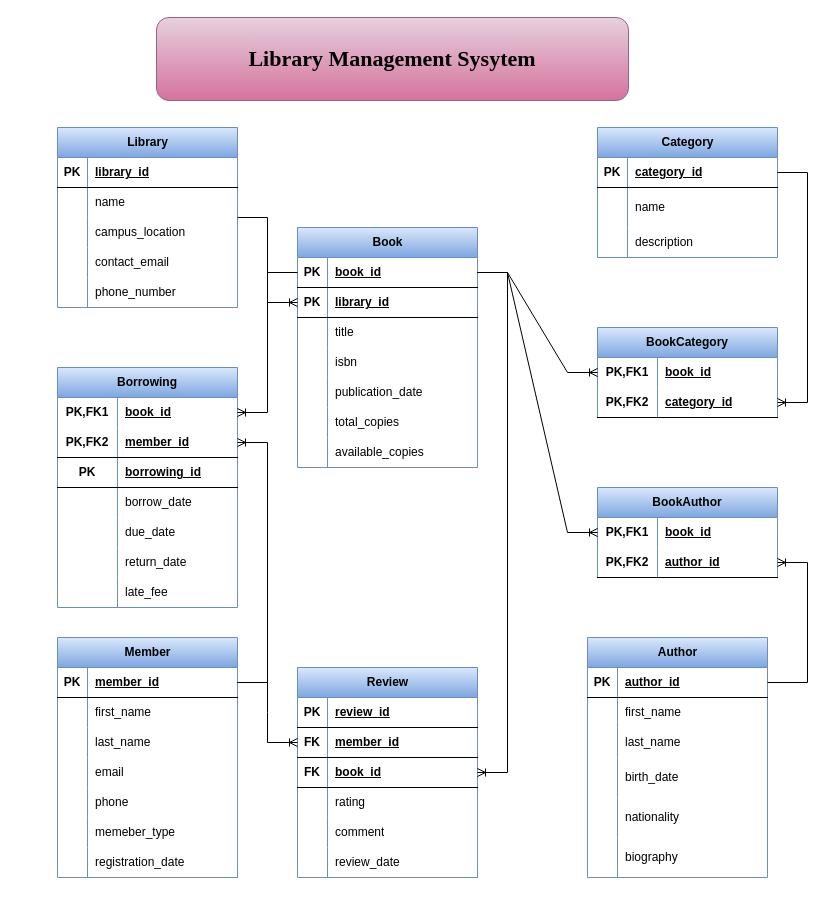
Sheikhsy/Library-Management-System keeps this draw.io diagram as phase1-sql/ERD.drawio.xml. Above is the earlier version. Source tidied: cells renumbered, new cells numbered last; positions are measured from the earlier drawing's top-left corner, leaving out a move shared by most shapes. Both pictures are drawn from the tidied source at 100%, with x=0, y=0 at pixel (-133, 17).
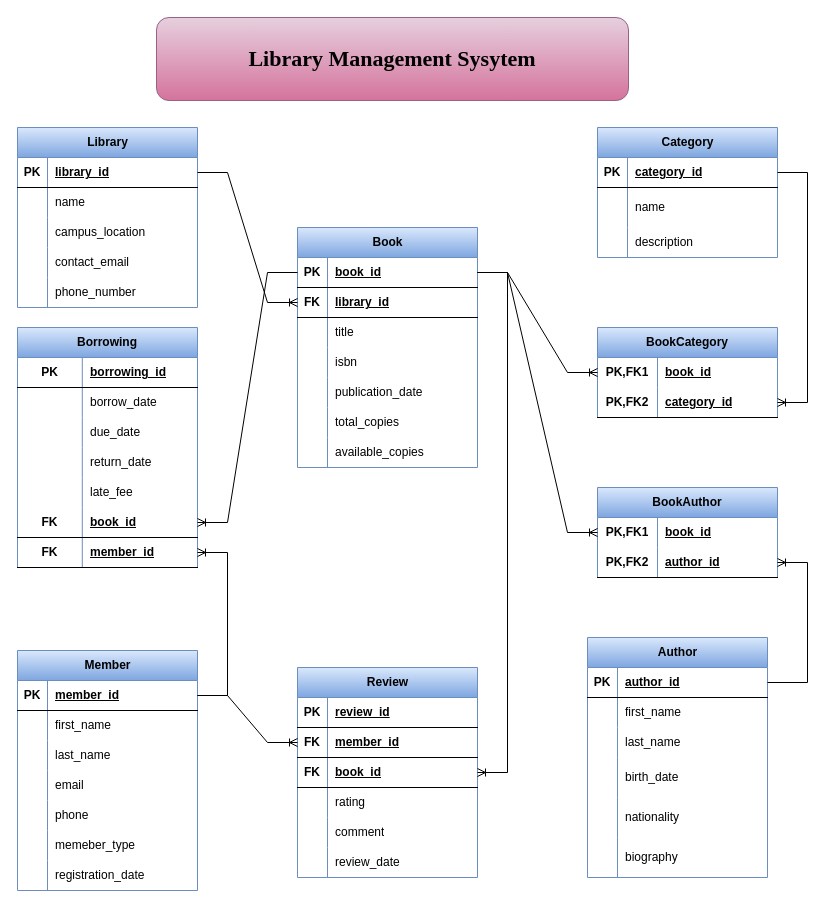
The same diagram, later.

Commit message:
XML file for further Modification

The change refers to these unchanged cells:
```xml
<mxCell id="3" style="shape=tableRow;horizontal=0;startSize=0;swimlaneHead=0;swimlaneBody=0;fillColor=none;points=[[0,0.5],[1,0.5]];portConstraint=eastwest;top=0;left=0;right=0;bottom=1;" parent="2" vertex="1">
  <mxGeometry y="30" width="180" height="30" as="geometry" />
</mxCell>
<mxCell id="6" style="shape=tableRow;horizontal=0;startSize=0;swimlaneHead=0;swimlaneBody=0;fillColor=none;points=[[0,0.5],[1,0.5]];portConstraint=eastwest;top=0;left=0;right=0;bottom=1;" parent="2" vertex="1">
  <mxGeometry y="60" width="180" height="30" as="geometry" />
</mxCell>
<mxCell id="25" style="shape=tableRow;horizontal=0;startSize=0;swimlaneHead=0;swimlaneBody=0;fillColor=none;points=[[0,0.5],[1,0.5]];portConstraint=eastwest;top=0;left=0;right=0;bottom=1;" parent="24" vertex="1">
  <mxGeometry y="30" width="180" height="30" as="geometry" />
</mxCell>
<mxCell id="66" style="shape=tableRow;horizontal=0;startSize=0;swimlaneHead=0;swimlaneBody=0;fillColor=none;points=[[0,0.5],[1,0.5]];portConstraint=eastwest;top=0;left=0;right=0;bottom=1;" parent="65" vertex="1">
  <mxGeometry y="30" width="180" height="30" as="geometry" />
</mxCell>
```

The edit, as a diff of the source:
```diff
@@
-    <mxCell id="7" value="PK" style="shape=partialRectangle;fillColor=none;top=0;left=0;bottom=0;right=0;fontStyle=1;overflow=hidden;whiteSpace=wrap;html=1;" parent="6" vertex="1">
+    <mxCell id="7" value="FK" style="shape=partialRectangle;fillColor=none;top=0;left=0;bottom=0;right=0;fontStyle=1;overflow=hidden;whiteSpace=wrap;html=1;" parent="6" vertex="1">
       <mxGeometry width="30" height="30" as="geometry" />
     </mxCell>
@@
     <mxCell id="24" value="Member" style="shape=table;startSize=30;childLayout=tableLayout;rowLines=0;fontStyle=1;align=center;html=1;fillColor=#dae8fc;gradientColor=#7ea6e0;strokeColor=#6c8ebf;" parent="1" vertex="1">
-      <mxGeometry x="190" y="620" width="180" height="240" as="geometry" />
+      <mxGeometry x="150" y="633" width="180" height="240" as="geometry" />
     </mxCell>
@@
     <mxCell id="65" value="Library" style="shape=table;startSize=30;childLayout=tableLayout;rowLines=0;fontStyle=1;align=center;html=1;fillColor=#dae8fc;strokeColor=#6c8ebf;gradientColor=#7ea6e0;" parent="1" vertex="1">
-      <mxGeometry x="190" y="110" width="180" height="180" as="geometry" />
+      <mxGeometry x="150" y="110" width="180" height="180" as="geometry" />
     </mxCell>
@@
-    <mxCell id="81" style="edgeStyle=entityRelationEdgeStyle;fontSize=12;html=1;endArrow=ERoneToMany;rounded=0;entryX=0;entryY=0.5;entryDx=0;entryDy=0;" parent="1" edge="1" source="65" target="6">
+    <mxCell id="81" style="edgeStyle=entityRelationEdgeStyle;fontSize=12;html=1;endArrow=ERoneToMany;rounded=0;entryX=0;entryY=0.5;entryDx=0;entryDy=0;exitX=1;exitY=0.5;exitDx=0;exitDy=0;" parent="1" edge="1" source="66" target="6">
       <mxGeometry relative="1" as="geometry">
         <Array as="points">
           <mxPoint x="250" y="350" />
           <mxPoint x="240" y="350" />
           <mxPoint x="440" y="340" />
           <mxPoint x="230" y="310" />
           <mxPoint x="240" y="290" />
           <mxPoint x="160" y="360" />
           <mxPoint x="250" y="426" />
           <mxPoint x="270" y="410" />
           <mxPoint y="400" />
           <mxPoint x="260" y="370" />
           <mxPoint x="210" y="380" />
           <mxPoint x="240" y="370" />
           <mxPoint x="230" y="360" />
         </Array>
       </mxGeometry>
     </mxCell>
@@
     <mxCell id="92" value="Borrowing" style="shape=table;startSize=30;childLayout=tableLayout;rowLines=0;fontStyle=1;align=center;html=1;whiteSpace=wrap;fillColor=#dae8fc;gradientColor=#7ea6e0;strokeColor=#6c8ebf;" parent="1" vertex="1">
-      <mxGeometry x="190" y="350" width="180" height="240" as="geometry" />
+      <mxGeometry x="150" y="310" width="180" height="240" as="geometry" />
     </mxCell>
-    <mxCell id="93" style="shape=tableRow;horizontal=0;startSize=0;swimlaneHead=0;swimlaneBody=0;fillColor=none;points=[[0,0.5],[1,0.5]];portConstraint=eastwest;top=0;left=0;right=0;bottom=0;html=1;" parent="92" vertex="1">
-      <mxGeometry y="30" width="180" height="30" as="geometry" />
-    </mxCell>
-    <mxCell id="94" value="PK,FK1" style="shape=partialRectangle;fillColor=none;top=0;left=0;bottom=0;right=0;fontStyle=1;overflow=hidden;html=1;whiteSpace=wrap;" parent="93" vertex="1">
-      <mxGeometry width="60" height="30" as="geometry" />
-    </mxCell>
-    <mxCell id="95" value="book_id" style="shape=partialRectangle;fillColor=none;top=0;left=0;bottom=0;right=0;align=left;spacingLeft=6;fontStyle=5;overflow=hidden;html=1;whiteSpace=wrap;" parent="93" vertex="1">
-      <mxGeometry x="60" width="120" height="30" as="geometry" />
-    </mxCell>
-    <mxCell id="96" style="shape=tableRow;horizontal=0;startSize=0;swimlaneHead=0;swimlaneBody=0;fillColor=none;points=[[0,0.5],[1,0.5]];portConstraint=eastwest;top=0;left=0;right=0;bottom=1;html=1;" parent="92" vertex="1">
-      <mxGeometry y="60" width="180" height="30" as="geometry" />
-    </mxCell>
-    <mxCell id="97" value="PK,FK2" style="shape=partialRectangle;fillColor=none;top=0;left=0;bottom=0;right=0;fontStyle=1;overflow=hidden;html=1;whiteSpace=wrap;" parent="96" vertex="1">
-      <mxGeometry width="60" height="30" as="geometry" />
-    </mxCell>
-    <mxCell id="98" value="member_id" style="shape=partialRectangle;fillColor=none;top=0;left=0;bottom=0;right=0;align=left;spacingLeft=6;fontStyle=5;overflow=hidden;html=1;whiteSpace=wrap;" parent="96" vertex="1">
-      <mxGeometry x="60" width="120" height="30" as="geometry" />
-    </mxCell>
     <mxCell id="99" style="shape=tableRow;horizontal=0;startSize=0;swimlaneHead=0;swimlaneBody=0;fillColor=none;top=0;left=0;right=0;bottom=1;html=1;" parent="92" vertex="1">
-      <mxGeometry y="90" width="180" height="30" as="geometry" />
+      <mxGeometry y="30" width="180" height="30" as="geometry" />
     </mxCell>
     <mxCell id="100" value="PK" style="shape=partialRectangle;fillColor=none;top=0;left=0;bottom=0;right=0;fontStyle=1;overflow=hidden;html=1;whiteSpace=wrap;" parent="99" vertex="1">
-      <mxGeometry width="60" height="30" as="geometry" />
+      <mxGeometry width="64.8" height="30" as="geometry" />
     </mxCell>
     <mxCell id="101" value="borrowing_id" style="shape=partialRectangle;fillColor=none;top=0;left=0;bottom=0;right=0;align=left;spacingLeft=6;fontStyle=5;overflow=hidden;html=1;whiteSpace=wrap;" parent="99" vertex="1">
-      <mxGeometry x="60" width="120" height="30" as="geometry" />
+      <mxGeometry x="64.8" width="115.2" height="30" as="geometry" />
     </mxCell>
     <mxCell id="102" style="shape=tableRow;horizontal=0;startSize=0;swimlaneHead=0;swimlaneBody=0;fillColor=none;top=0;left=0;right=0;bottom=0;html=1;" parent="92" vertex="1">
-      <mxGeometry y="120" width="180" height="30" as="geometry" />
+      <mxGeometry y="60" width="180" height="30" as="geometry" />
     </mxCell>
     <mxCell id="103" style="shape=partialRectangle;fillColor=none;top=0;left=0;bottom=0;right=0;overflow=hidden;html=1;whiteSpace=wrap;" parent="102" vertex="1">
-      <mxGeometry width="60" height="30" as="geometry" />
+      <mxGeometry width="64.8" height="30" as="geometry" />
     </mxCell>
     <mxCell id="104" value="borrow_date" style="shape=partialRectangle;fillColor=none;top=0;left=0;bottom=0;right=0;align=left;spacingLeft=6;overflow=hidden;html=1;whiteSpace=wrap;" parent="102" vertex="1">
-      <mxGeometry x="60" width="120" height="30" as="geometry" />
+      <mxGeometry x="64.8" width="115.2" height="30" as="geometry" />
     </mxCell>
     <mxCell id="105" style="shape=tableRow;horizontal=0;startSize=0;swimlaneHead=0;swimlaneBody=0;fillColor=none;top=0;left=0;right=0;bottom=0;html=1;" parent="92" vertex="1">
-      <mxGeometry y="150" width="180" height="30" as="geometry" />
+      <mxGeometry y="90" width="180" height="30" as="geometry" />
     </mxCell>
     <mxCell id="106" style="shape=partialRectangle;fillColor=none;top=0;left=0;bottom=0;right=0;overflow=hidden;html=1;whiteSpace=wrap;" parent="105" vertex="1">
-      <mxGeometry width="60" height="30" as="geometry" />
+      <mxGeometry width="64.8" height="30" as="geometry" />
     </mxCell>
     <mxCell id="107" value="due_date" style="shape=partialRectangle;fillColor=none;top=0;left=0;bottom=0;right=0;align=left;spacingLeft=6;overflow=hidden;html=1;whiteSpace=wrap;" parent="105" vertex="1">
-      <mxGeometry x="60" width="120" height="30" as="geometry" />
+      <mxGeometry x="64.8" width="115.2" height="30" as="geometry" />
     </mxCell>
     <mxCell id="108" style="shape=tableRow;horizontal=0;startSize=0;swimlaneHead=0;swimlaneBody=0;fillColor=none;top=0;left=0;right=0;bottom=0;html=1;" parent="92" vertex="1">
-      <mxGeometry y="180" width="180" height="30" as="geometry" />
+      <mxGeometry y="120" width="180" height="30" as="geometry" />
     </mxCell>
     <mxCell id="109" style="shape=partialRectangle;fillColor=none;top=0;left=0;bottom=0;right=0;overflow=hidden;html=1;whiteSpace=wrap;" parent="108" vertex="1">
-      <mxGeometry width="60" height="30" as="geometry" />
+      <mxGeometry width="64.8" height="30" as="geometry" />
     </mxCell>
     <mxCell id="110" value="return_date" style="shape=partialRectangle;fillColor=none;top=0;left=0;bottom=0;right=0;align=left;spacingLeft=6;overflow=hidden;html=1;whiteSpace=wrap;" parent="108" vertex="1">
-      <mxGeometry x="60" width="120" height="30" as="geometry" />
+      <mxGeometry x="64.8" width="115.2" height="30" as="geometry" />
     </mxCell>
     <mxCell id="111" style="shape=tableRow;horizontal=0;startSize=0;swimlaneHead=0;swimlaneBody=0;fillColor=none;top=0;left=0;right=0;bottom=0;html=1;" parent="92" vertex="1">
-      <mxGeometry y="210" width="180" height="30" as="geometry" />
+      <mxGeometry y="150" width="180" height="30" as="geometry" />
     </mxCell>
     <mxCell id="112" style="shape=partialRectangle;fillColor=none;top=0;left=0;bottom=0;right=0;overflow=hidden;html=1;whiteSpace=wrap;" parent="111" vertex="1">
-      <mxGeometry width="60" height="30" as="geometry" />
+      <mxGeometry width="64.8" height="30" as="geometry" />
     </mxCell>
     <mxCell id="113" value="late_fee" style="shape=partialRectangle;fillColor=none;top=0;left=0;bottom=0;right=0;align=left;spacingLeft=6;overflow=hidden;html=1;whiteSpace=wrap;" parent="111" vertex="1">
-      <mxGeometry x="60" width="120" height="30" as="geometry" />
+      <mxGeometry x="64.8" width="115.2" height="30" as="geometry" />
     </mxCell>
+    <mxCell id="156" style="shape=tableRow;horizontal=0;startSize=0;swimlaneHead=0;swimlaneBody=0;fillColor=none;points=[[0,0.5],[1,0.5]];portConstraint=eastwest;top=0;left=0;right=0;bottom=1;html=1;" parent="92" vertex="1">
+      <mxGeometry y="180" width="180" height="30" as="geometry" />
+    </mxCell>
+    <mxCell id="157" value="FK" style="shape=partialRectangle;fillColor=none;top=0;left=0;bottom=0;right=0;fontStyle=1;overflow=hidden;html=1;whiteSpace=wrap;" parent="156" vertex="1">
+      <mxGeometry width="64.8" height="30" as="geometry" />
+    </mxCell>
+    <mxCell id="95" value="book_id" style="shape=partialRectangle;fillColor=none;top=0;left=0;bottom=0;right=0;align=left;spacingLeft=6;fontStyle=5;overflow=hidden;html=1;whiteSpace=wrap;" parent="156" vertex="1">
+      <mxGeometry x="64.8" width="115.2" height="30" as="geometry" />
+    </mxCell>
+    <mxCell id="158" style="shape=tableRow;horizontal=0;startSize=0;swimlaneHead=0;swimlaneBody=0;fillColor=none;points=[[0,0.5],[1,0.5]];portConstraint=eastwest;top=0;left=0;right=0;bottom=1;html=1;" parent="92" vertex="1">
+      <mxGeometry y="210" width="180" height="30" as="geometry" />
+    </mxCell>
+    <mxCell id="159" value="FK" style="shape=partialRectangle;fillColor=none;top=0;left=0;bottom=0;right=0;fontStyle=1;overflow=hidden;html=1;whiteSpace=wrap;" parent="158" vertex="1">
+      <mxGeometry width="64.8" height="30" as="geometry" />
+    </mxCell>
+    <mxCell id="98" value="member_id" style="shape=partialRectangle;fillColor=none;top=0;left=0;bottom=0;right=0;align=left;spacingLeft=6;fontStyle=5;overflow=hidden;html=1;whiteSpace=wrap;" parent="158" vertex="1">
+      <mxGeometry x="64.8" width="115.2" height="30" as="geometry" />
+    </mxCell>
-    <mxCell id="114" style="edgeStyle=entityRelationEdgeStyle;fontSize=12;html=1;endArrow=ERoneToMany;rounded=0;exitX=1;exitY=0.5;exitDx=0;exitDy=0;" parent="1" edge="1" source="25" target="96">
+    <mxCell id="114" style="edgeStyle=entityRelationEdgeStyle;fontSize=12;html=1;endArrow=ERoneToMany;rounded=0;entryX=1;entryY=0.5;entryDx=0;entryDy=0;exitX=1;exitY=0.5;exitDx=0;exitDy=0;" parent="1" edge="1" source="25" target="158">
       <mxGeometry relative="1" as="geometry">
         <Array as="points">
-          <mxPoint x="420" y="570" />
+          <mxPoint x="467" y="582" />
         </Array>
       </mxGeometry>
     </mxCell>
-    <mxCell id="115" style="edgeStyle=entityRelationEdgeStyle;fontSize=12;html=1;endArrow=ERoneToMany;rounded=0;entryX=1;entryY=0.5;entryDx=0;entryDy=0;" parent="1" edge="1" source="3" target="93">
-      <mxGeometry relative="1" as="geometry" />
+    <mxCell id="115" style="edgeStyle=entityRelationEdgeStyle;fontSize=12;html=1;endArrow=ERoneToMany;rounded=0;entryX=1;entryY=0.5;entryDx=0;entryDy=0;" parent="1" edge="1" source="3" target="156">
+      <mxGeometry relative="1" as="geometry">
+        <Array as="points">
+          <mxPoint x="390" y="326" />
+        </Array>
+      </mxGeometry>
     </mxCell>
```
